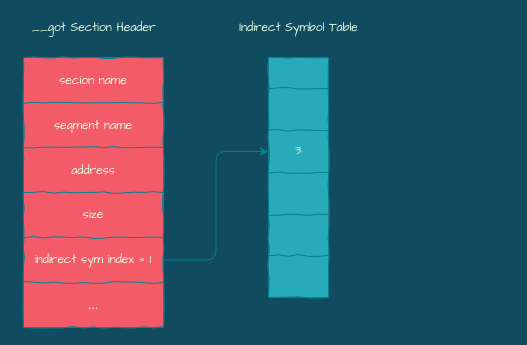
This is got2.drawio from silan-liu/drawio, a draw.io file, before an edit. Source tidied: cells renumbered, new cells numbered last; positions are measured from the earlier drawing's top-left corner, leaving out a move shared by most shapes. Both pictures are drawn from the tidied source at 100%, with x=0, y=0 at pixel (23, 17).
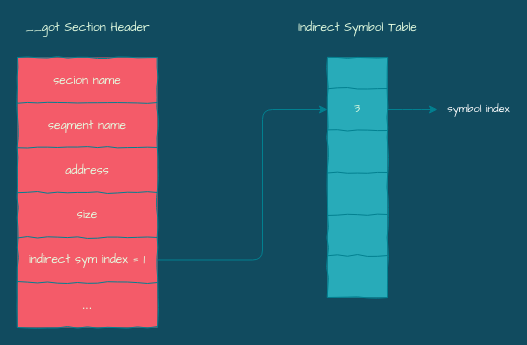
After the change.

Unchanged cells that the change refers to:
```xml
<mxCell id="11" style="shape=partialRectangle;html=1;whiteSpace=wrap;fillColor=none;top=0;left=0;bottom=0;right=0;points=[[0,0.5],[1,0.5]];portConstraint=eastwest;strokeColor=#028090;fontColor=#E4FDE1;" parent="2" vertex="1">
  <mxGeometry y="180" width="140" height="45" as="geometry" />
</mxCell>
<mxCell id="19" style="shape=partialRectangle;html=1;whiteSpace=wrap;fillColor=none;top=0;left=0;bottom=0;right=0;points=[[0,0.5],[1,0.5]];portConstraint=eastwest;strokeColor=#028090;fontColor=#E4FDE1;" parent="16" vertex="1">
  <mxGeometry y="31" width="60" height="42" as="geometry" />
</mxCell>
<mxCell id="21" style="shape=partialRectangle;html=1;whiteSpace=wrap;fillColor=none;top=0;left=0;bottom=0;right=0;points=[[0,0.5],[1,0.5]];portConstraint=eastwest;strokeColor=#028090;fontColor=#E4FDE1;" parent="16" vertex="1">
  <mxGeometry y="73" width="60" height="42" as="geometry" />
</mxCell>
```

Diff of the diagram source:
```diff
@@
     <mxCell id="2" style="shape=table;html=1;whiteSpace=wrap;startSize=0;childLayout=tableLayout;fontFamily=Architects Daughter;comic=1;fillColor=#F45B69;strokeColor=#028090;fontColor=#E4FDE1;" parent="1" vertex="1">
-      <mxGeometry y="40" width="140" height="270" as="geometry" />
+      <mxGeometry x="-6" y="40" width="140" height="270" as="geometry" />
     </mxCell>
@@
     <mxCell id="15" value="&lt;font face=&quot;Architects Daughter&quot;&gt;__got Section Header&lt;/font&gt;" style="text;html=1;align=center;verticalAlign=middle;fontColor=#E4FDE1;" parent="1" vertex="1">
-      <mxGeometry width="140" height="20" as="geometry" />
+      <mxGeometry x="-6" width="140" height="20" as="geometry" />
     </mxCell>
     <mxCell id="16" style="shape=table;html=1;whiteSpace=wrap;startSize=0;childLayout=tableLayout;strokeColor=#028090;fontColor=#E4FDE1;comic=1;fillColor=#28ABB9;" parent="1" vertex="1">
-      <mxGeometry x="245" y="40" width="60" height="240" as="geometry" />
+      <mxGeometry x="304" y="40" width="60" height="240" as="geometry" />
     </mxCell>
@@
-    <mxCell id="20" style="shape=partialRectangle;html=1;whiteSpace=wrap;overflow=hidden;fillColor=none;top=0;left=0;bottom=0;right=0;strokeColor=#028090;fontColor=#E4FDE1;" parent="19" vertex="1">
+    <mxCell id="20" value="3" style="shape=partialRectangle;html=1;whiteSpace=wrap;overflow=hidden;fillColor=none;top=0;left=0;bottom=0;right=0;strokeColor=#028090;fontColor=#E4FDE1;fontFamily=Architects Daughter;" parent="19" vertex="1">
       <mxGeometry width="60" height="42" as="geometry" />
     </mxCell>
@@
-    <mxCell id="22" value="3" style="shape=partialRectangle;html=1;whiteSpace=wrap;overflow=hidden;fillColor=none;top=0;left=0;bottom=0;right=0;strokeColor=#028090;fontColor=#E4FDE1;fontFamily=Architects Daughter;" parent="21" vertex="1">
+    <mxCell id="22" style="shape=partialRectangle;html=1;whiteSpace=wrap;overflow=hidden;fillColor=none;top=0;left=0;bottom=0;right=0;strokeColor=#028090;fontColor=#E4FDE1;fontFamily=Architects Daughter;" parent="21" vertex="1">
       <mxGeometry width="60" height="42" as="geometry" />
     </mxCell>
@@
     <mxCell id="29" value="&lt;font face=&quot;Architects Daughter&quot;&gt;Indirect Symbol Table&lt;/font&gt;" style="text;html=1;align=center;verticalAlign=middle;fontColor=#E4FDE1;" parent="1" vertex="1">
-      <mxGeometry x="210" width="130" height="20" as="geometry" />
+      <mxGeometry x="269" width="130" height="20" as="geometry" />
     </mxCell>
-    <mxCell id="30" style="edgeStyle=orthogonalEdgeStyle;curved=0;rounded=1;sketch=0;jettySize=auto;html=1;exitX=1;exitY=0.5;exitDx=0;exitDy=0;entryX=0;entryY=0.5;entryDx=0;entryDy=0;strokeColor=#028090;fillColor=#F45B69;fontColor=#E4FDE1;" parent="1" edge="1" source="11" target="21">
-      <mxGeometry relative="1" as="geometry" />
+    <mxCell id="30" style="edgeStyle=orthogonalEdgeStyle;curved=0;rounded=1;sketch=0;jettySize=auto;html=1;exitX=1;exitY=0.5;exitDx=0;exitDy=0;entryX=0;entryY=0.5;entryDx=0;entryDy=0;strokeColor=#028090;fillColor=#F45B69;fontColor=#E4FDE1;" parent="1" edge="1" source="11" target="19">
+      <mxGeometry relative="1" as="geometry">
+        <Array as="points">
+          <mxPoint x="239" y="243" />
+          <mxPoint x="239" y="92" />
+        </Array>
+      </mxGeometry>
     </mxCell>
+    <mxCell id="31" style="edgeStyle=orthogonalEdgeStyle;curved=0;rounded=1;sketch=0;jettySize=auto;html=1;strokeColor=#028090;fillColor=#F45B69;fontFamily=Architects Daughter;fontColor=#E4FDE1;" parent="1" edge="1" source="19">
+      <mxGeometry relative="1" as="geometry">
+        <mxPoint x="414" y="92" as="targetPoint" />
+      </mxGeometry>
+    </mxCell>
+    <mxCell id="32" value="symbol index" style="edgeLabel;html=1;align=center;verticalAlign=middle;fontFamily=Architects Daughter;fontColor=#FFFFFF;labelBackgroundColor=none;" parent="1" vertex="1">
+      <mxGeometry x="454" y="90" as="geometry" />
+    </mxCell>
```
